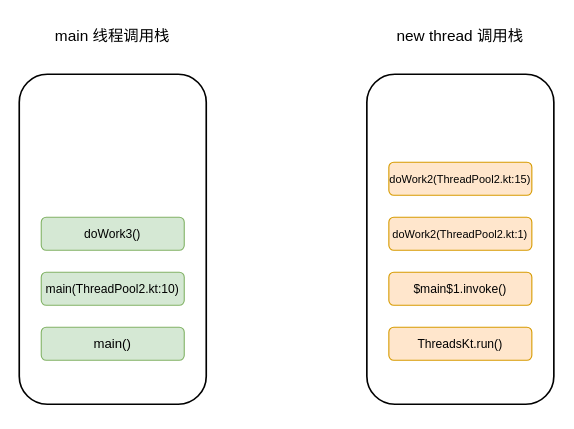
This is ThreadStack.drawio from chdhy/ImageHosting, a draw.io file, before an edit. Source tidied: cells renumbered, new cells numbered last; positions are measured from the earlier drawing's top-left corner, leaving out a move shared by most shapes. Both pictures are drawn from the tidied source at 110%, with x=0, y=0 at pixel (19, 19).
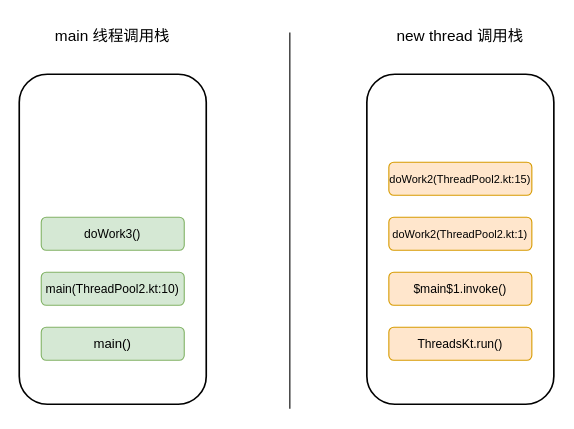
Above is the later version.

Diff of the diagram source:
```diff
@@
 <mxGraphModel>
   <root>
     <mxCell id="0" />
     <mxCell id="1" parent="0" />
     <mxCell id="2" style="rounded=1;whiteSpace=wrap;html=1;strokeWidth=1.5;" parent="1" vertex="1">
       <mxGeometry y="50" width="170" height="300" as="geometry" />
     </mxCell>
     <mxCell id="3" value="main 线程调用栈" style="text;html=1;strokeColor=none;fillColor=none;align=center;verticalAlign=middle;whiteSpace=wrap;rounded=0;fontSize=14;" parent="1" vertex="1">
       <mxGeometry x="26.2" width="117.5" height="30" as="geometry" />
     </mxCell>
     <mxCell id="4" value="main()" style="rounded=1;whiteSpace=wrap;html=1;fillColor=#d5e8d4;strokeColor=#82b366;" parent="1" vertex="1">
       <mxGeometry x="20" y="280" width="130" height="30" as="geometry" />
     </mxCell>
     <mxCell id="5" value="main(ThreadPool2.kt:10)" style="rounded=1;whiteSpace=wrap;html=1;fillColor=#d5e8d4;strokeColor=#82b366;fontSize=11;" parent="1" vertex="1">
       <mxGeometry x="20" y="230" width="130" height="30" as="geometry" />
     </mxCell>
     <mxCell id="6" value="doWork3()" style="rounded=1;whiteSpace=wrap;html=1;fillColor=#d5e8d4;strokeColor=#82b366;fontSize=11;" parent="1" vertex="1">
       <mxGeometry x="20" y="180" width="130" height="30" as="geometry" />
     </mxCell>
     <mxCell id="7" style="rounded=1;whiteSpace=wrap;html=1;strokeWidth=1.5;" parent="1" vertex="1">
       <mxGeometry x="316" y="50" width="170" height="300" as="geometry" />
     </mxCell>
     <mxCell id="8" value="new thread 调用栈" style="text;html=1;strokeColor=none;fillColor=none;align=center;verticalAlign=middle;whiteSpace=wrap;rounded=0;fontSize=14;" parent="1" vertex="1">
       <mxGeometry x="342.2" width="117.5" height="30" as="geometry" />
     </mxCell>
     <mxCell id="9" value="doWork2(ThreadPool2.kt:1)" style="rounded=1;whiteSpace=wrap;html=1;fillColor=#ffe6cc;strokeColor=#d79b00;fontSize=10;" parent="1" vertex="1">
       <mxGeometry x="336" y="180" width="130" height="30" as="geometry" />
     </mxCell>
     <mxCell id="10" value="$main$1.invoke()" style="rounded=1;whiteSpace=wrap;html=1;fillColor=#ffe6cc;strokeColor=#d79b00;fontSize=11;" parent="1" vertex="1">
       <mxGeometry x="336" y="230" width="130" height="30" as="geometry" />
     </mxCell>
     <mxCell id="11" value="ThreadsKt.run()" style="rounded=1;whiteSpace=wrap;html=1;fillColor=#ffe6cc;strokeColor=#d79b00;fontSize=11;" parent="1" vertex="1">
       <mxGeometry x="336" y="280" width="130" height="30" as="geometry" />
     </mxCell>
     <mxCell id="12" value="doWork2(ThreadPool2.kt:15)" style="rounded=1;whiteSpace=wrap;html=1;fillColor=#ffe6cc;strokeColor=#d79b00;fontSize=10;" parent="1" vertex="1">
       <mxGeometry x="336" y="130" width="130" height="30" as="geometry" />
     </mxCell>
+    <mxCell id="13" style="endArrow=none;html=1;rounded=0;" parent="1" edge="1">
+      <mxGeometry relative="1" as="geometry">
+        <mxPoint x="246" y="354" as="sourcePoint" />
+        <mxPoint x="246" y="12" as="targetPoint" />
+      </mxGeometry>
+    </mxCell>
   </root>
 </mxGraphModel>
```
